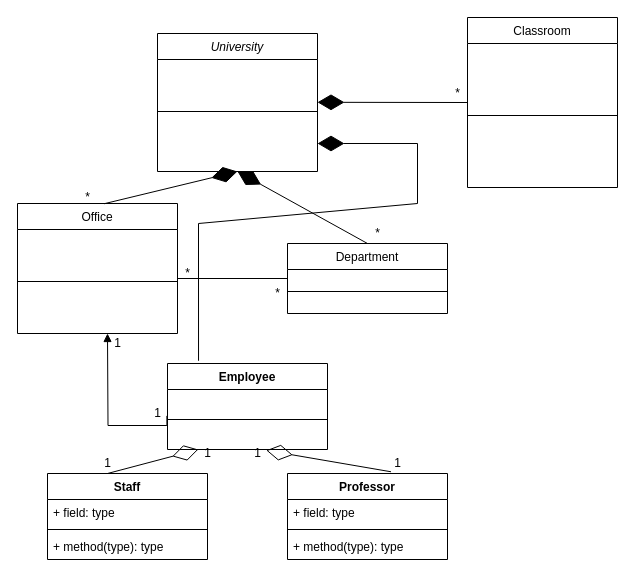
Above: Untitled Diagram.drawio in twenrut/test-repo (draw.io), before the change. Source tidied: cells renumbered, new cells numbered last; positions are measured from the earlier drawing's top-left corner, leaving out a move shared by most shapes. Both pictures are drawn from the tidied source at 100%, with x=0, y=0 at pixel (17, 17).
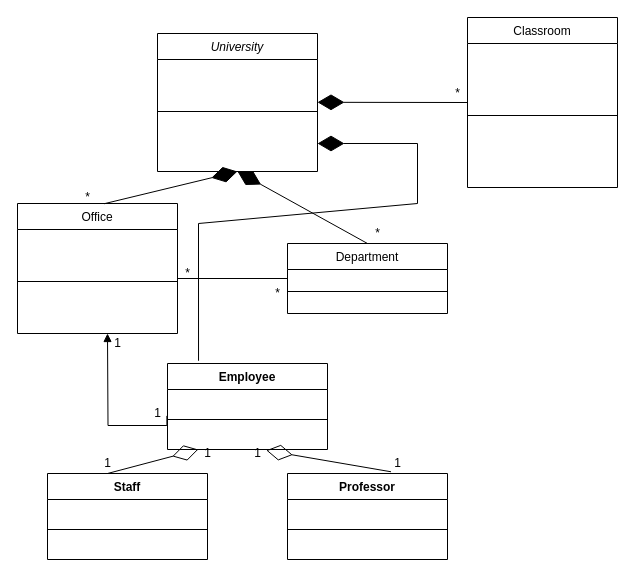
The same diagram, later.

Unchanged cells that the change refers to:
```xml
<mxCell id="23" value="Staff" style="swimlane;fontStyle=1;align=center;verticalAlign=top;horizontal=1;startSize=26;" parent="1" vertex="1">
  <mxGeometry x="30" y="456" width="160" height="86" as="geometry" />
</mxCell>
<mxCell id="27" value="Professor" style="swimlane;fontStyle=1;align=center;verticalAlign=top;horizontal=1;startSize=26;" parent="1" vertex="1">
  <mxGeometry x="270" y="456" width="160" height="86" as="geometry" />
</mxCell>
```

The edit, as a diff of the source:
```diff
@@
-    <mxCell id="24" value="+ field: type" style="text;strokeColor=none;fillColor=none;align=left;verticalAlign=top;spacingLeft=4;spacingRight=4;overflow=hidden;" parent="23" vertex="1">
+    <mxCell id="24" value="    &#10;" style="text;strokeColor=none;fillColor=none;align=left;verticalAlign=top;spacingLeft=4;spacingRight=4;overflow=hidden;" parent="23" vertex="1">
       <mxGeometry y="26" width="160" height="26" as="geometry" />
     </mxCell>
@@
-    <mxCell id="26" value="+ method(type): type" style="text;strokeColor=none;fillColor=none;align=left;verticalAlign=top;spacingLeft=4;spacingRight=4;overflow=hidden;" parent="23" vertex="1">
+    <mxCell id="26" value="   &#10;" style="text;strokeColor=none;fillColor=none;align=left;verticalAlign=top;spacingLeft=4;spacingRight=4;overflow=hidden;" parent="23" vertex="1">
       <mxGeometry y="60" width="160" height="26" as="geometry" />
     </mxCell>
@@
-    <mxCell id="28" value="+ field: type" style="text;strokeColor=none;fillColor=none;align=left;verticalAlign=top;spacingLeft=4;spacingRight=4;overflow=hidden;" parent="27" vertex="1">
+    <mxCell id="28" value="   &#10;" style="text;strokeColor=none;fillColor=none;align=left;verticalAlign=top;spacingLeft=4;spacingRight=4;overflow=hidden;" parent="27" vertex="1">
       <mxGeometry y="26" width="160" height="26" as="geometry" />
     </mxCell>
@@
-    <mxCell id="30" value="+ method(type): type" style="text;strokeColor=none;fillColor=none;align=left;verticalAlign=top;spacingLeft=4;spacingRight=4;overflow=hidden;" parent="27" vertex="1">
+    <mxCell id="30" value="    &#10;" style="text;strokeColor=none;fillColor=none;align=left;verticalAlign=top;spacingLeft=4;spacingRight=4;overflow=hidden;" parent="27" vertex="1">
       <mxGeometry y="60" width="160" height="26" as="geometry" />
     </mxCell>
```
